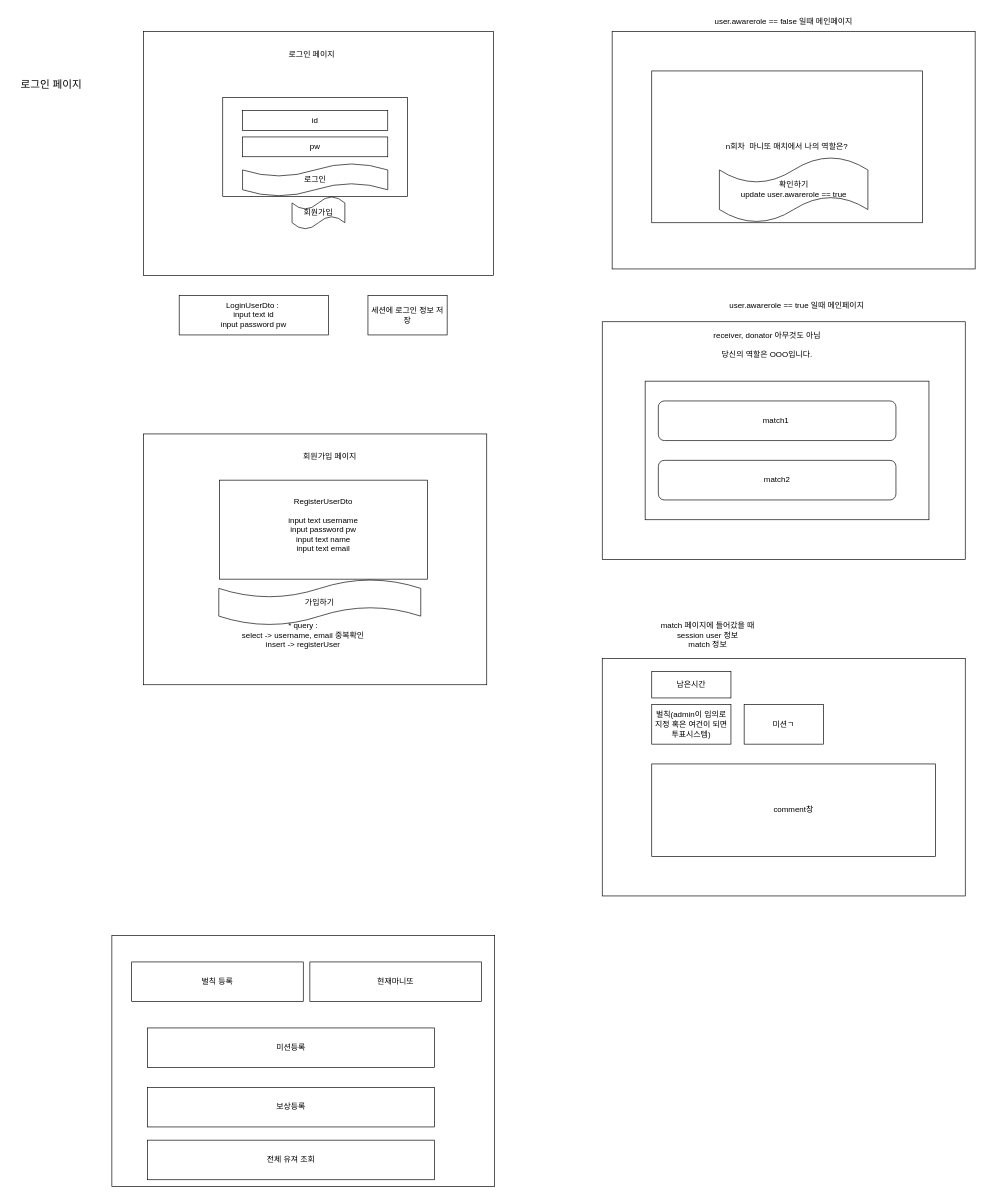
Earlier version of the draw.io diagram page "Page-1" (1 of 8) of src/main/resources/draft/page-structure.drawio (kwan9069/manitto). Source tidied: cells renumbered, new cells numbered last; positions are measured from the earlier drawing's top-left corner, leaving out a move shared by most shapes. Both pictures are drawn from the tidied source at 66%, with x=0, y=0 at pixel (11, 11).
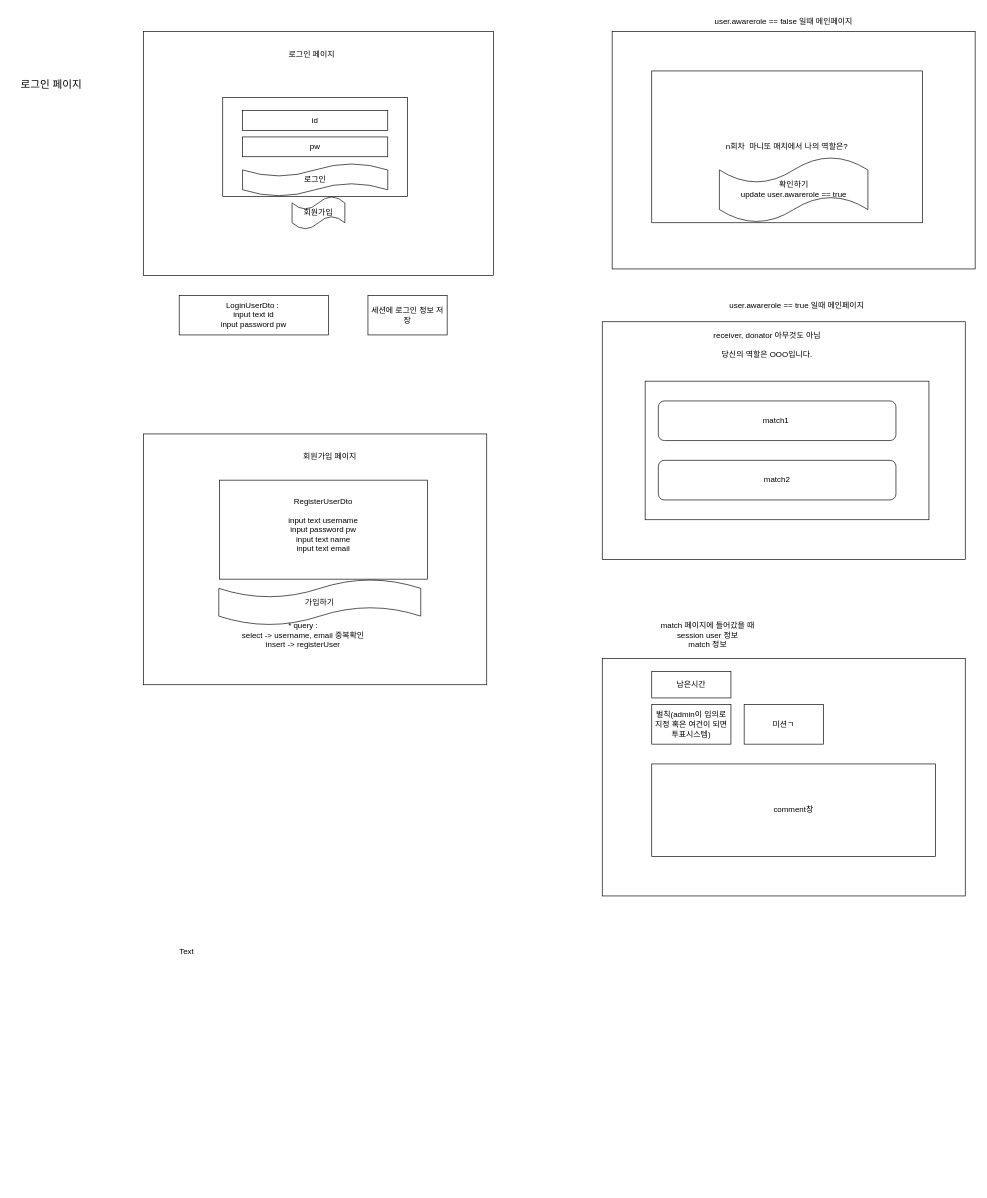
The same diagram, later.

Diff of the diagram source:
```diff
@@
-    <mxCell id="32" style="rounded=0;whiteSpace=wrap;html=1;" parent="1" vertex="1">
-      <mxGeometry x="152" y="1400" width="580" height="380" as="geometry" />
-    </mxCell>
-    <mxCell id="33" value="벌칙 등록" style="rounded=0;whiteSpace=wrap;html=1;" parent="1" vertex="1">
-      <mxGeometry x="182" y="1440" width="260" height="60" as="geometry" />
-    </mxCell>
-    <mxCell id="34" value="미션등록" style="rounded=0;whiteSpace=wrap;html=1;" parent="1" vertex="1">
-      <mxGeometry x="206" y="1540" width="435" height="60" as="geometry" />
-    </mxCell>
-    <mxCell id="35" value="보상등록" style="rounded=0;whiteSpace=wrap;html=1;" parent="1" vertex="1">
-      <mxGeometry x="206" y="1630" width="435" height="60" as="geometry" />
-    </mxCell>
-    <mxCell id="36" value="전체 유져 조회" style="rounded=0;whiteSpace=wrap;html=1;" parent="1" vertex="1">
-      <mxGeometry x="206" y="1710" width="435" height="60" as="geometry" />
-    </mxCell>
-    <mxCell id="37" value="현재마니또" style="rounded=0;whiteSpace=wrap;html=1;" parent="1" vertex="1">
-      <mxGeometry x="452" y="1440" width="260" height="60" as="geometry" />
-    </mxCell>
@@
+    <mxCell id="39" value="Text" style="text;html=1;align=center;verticalAlign=middle;strokeColor=none;fillColor=none;" parent="1" vertex="1">
+      <mxGeometry x="240" y="1410" width="50" height="30" as="geometry" />
+    </mxCell>
```
